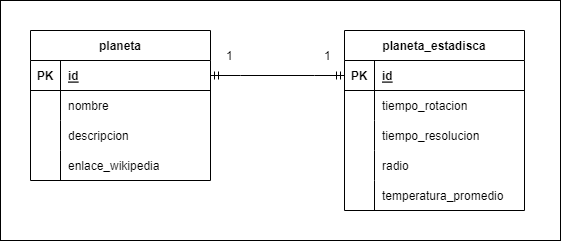
nsdonato/planetas_api keeps this draw.io diagram as docs/diagrama db.png. Above is the earlier version. Source tidied: cells renumbered, new cells last; positions are measured from the earlier drawing's top-left corner, leaving out a move shared by most shapes.
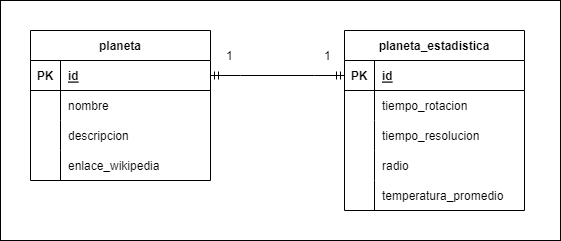
Above is the later version.

Commit message:
fix: corrección de nombre de tabla

Change to the diagram source:
```diff
@@ -44,7 +44,7 @@
     <mxCell id="15" value="enlace_wikipedia" style="shape=partialRectangle;fillColor=none;top=0;left=0;bottom=0;right=0;align=left;spacingLeft=6;overflow=hidden;" parent="13" vertex="1">
       <mxGeometry x="30" width="150" height="30" as="geometry" />
     </mxCell>
-    <mxCell id="16" value="planeta_estadisca" style="shape=table;startSize=30;rowLines=0;fontStyle=1;align=center;" parent="1" vertex="1">
+    <mxCell id="16" value="planeta_estadistica" style="shape=table;startSize=30;rowLines=0;fontStyle=1;align=center;" parent="1" vertex="1">
       <mxGeometry x="344" y="30" width="180" height="180" as="geometry" />
     </mxCell>
     <mxCell id="17" style="shape=tableRow;horizontal=0;startSize=0;swimlaneHead=0;swimlaneBody=0;fillColor=none;points=[[0,0.5],[1,0.5]];portConstraint=eastwest;top=0;left=0;right=0;bottom=1;" parent="16" vertex="1">
```
